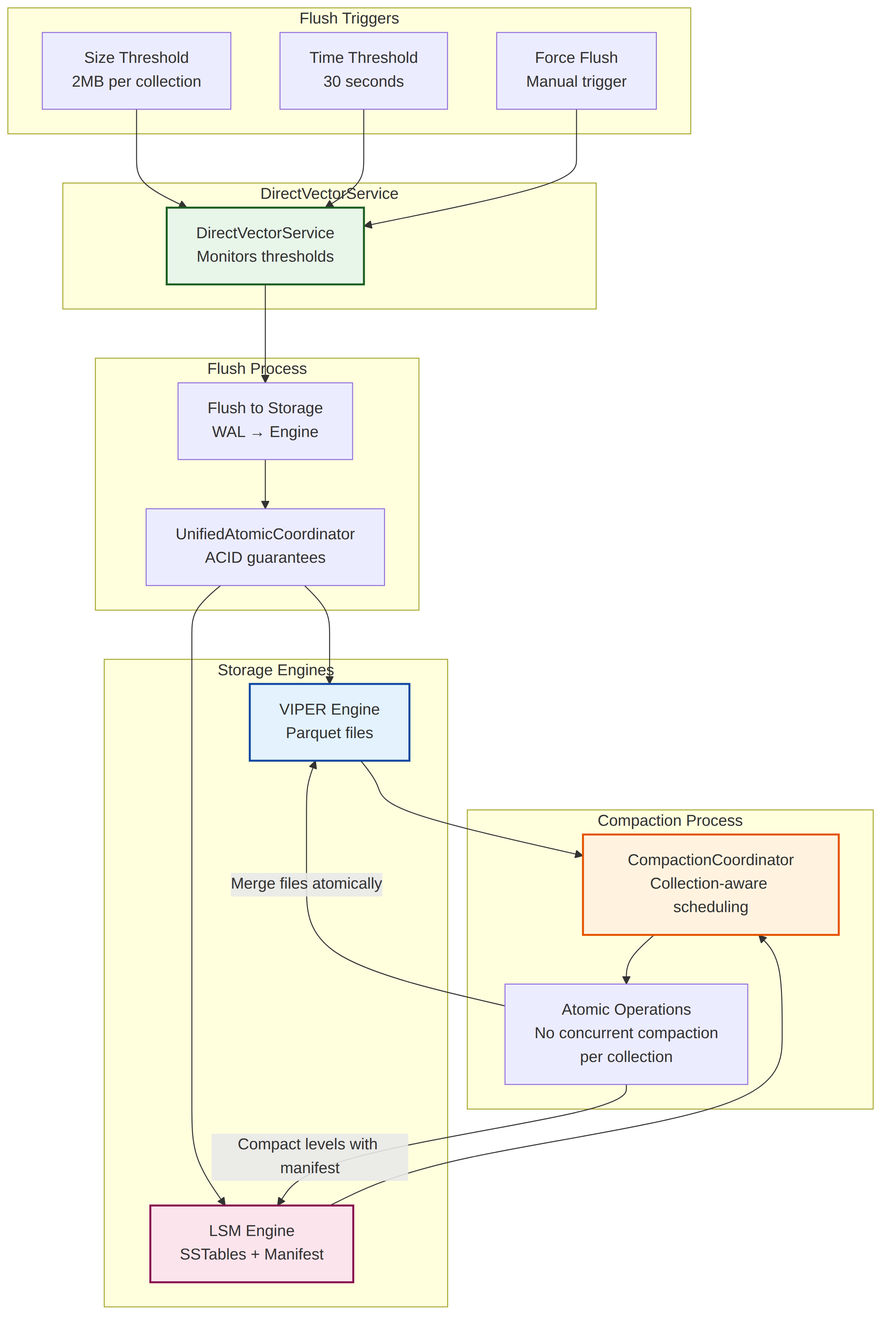
The Mermaid diagram docs/diagrams/images/compaction-triggers.png in vjsingh1984/proximaDB, before a commit. Its source is kept beside it as docs/diagrams/compaction-triggers.mmd.
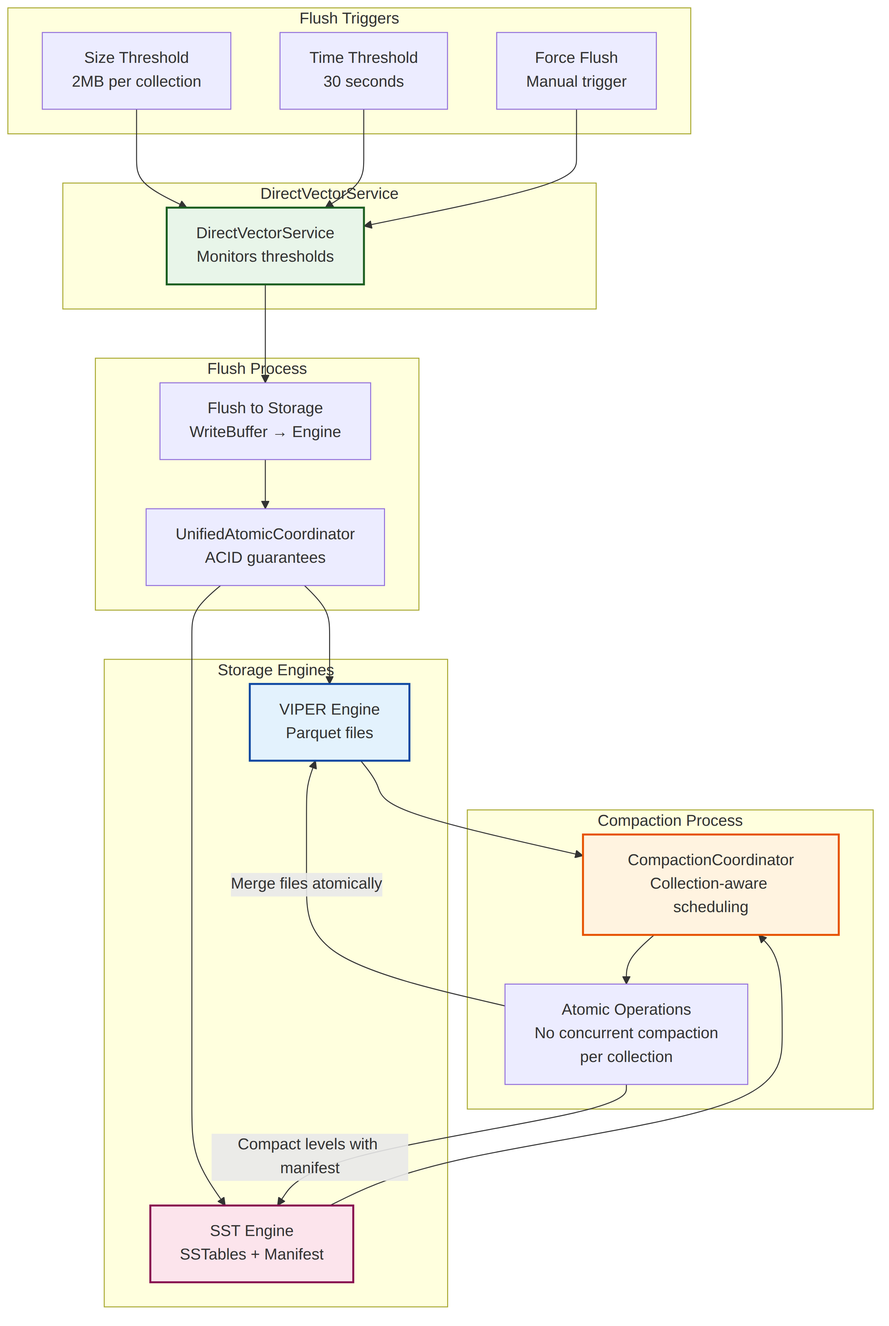
After the commit.

Diff of the diagram source:
```diff
@@ -10,7 +10,7 @@
     end
 
     subgraph "Flush Process"
-        FLUSH[Flush to Storage<br/>WAL → Engine]
+        FLUSH[Flush to Storage<br/>WriteBuffer → Engine]
         UAC[UnifiedAtomicCoordinator<br/>ACID guarantees]
     end
 
@@ -21,7 +21,7 @@
 
     subgraph "Storage Engines"
         VIPER[VIPER Engine<br/>Parquet files]
-        LSM[LSM Engine<br/>SSTables + Manifest]
+        SST[SST Engine<br/>SSTables + Manifest]
     end
 
     SIZE --> DVS
@@ -31,16 +31,16 @@
     DVS --> FLUSH
     FLUSH --> UAC
     UAC --> VIPER
-    UAC --> LSM
+    UAC --> SST
 
     VIPER --> COMPACT
-    LSM --> COMPACT
+    SST --> COMPACT
 
     COMPACT --> ATOMIC
     ATOMIC -->|Merge files atomically| VIPER
-    ATOMIC -->|Compact levels with manifest| LSM
+    ATOMIC -->|Compact levels with manifest| SST
 
     style DVS fill:#e8f5e9,stroke:#1b5e20,stroke-width:2px
     style COMPACT fill:#fff3e0,stroke:#e65100,stroke-width:2px
     style VIPER fill:#e3f2fd,stroke:#0d47a1,stroke-width:2px
-    style LSM fill:#fce4ec,stroke:#880e4f,stroke-width:2px
+    style SST fill:#fce4ec,stroke:#880e4f,stroke-width:2px
```
